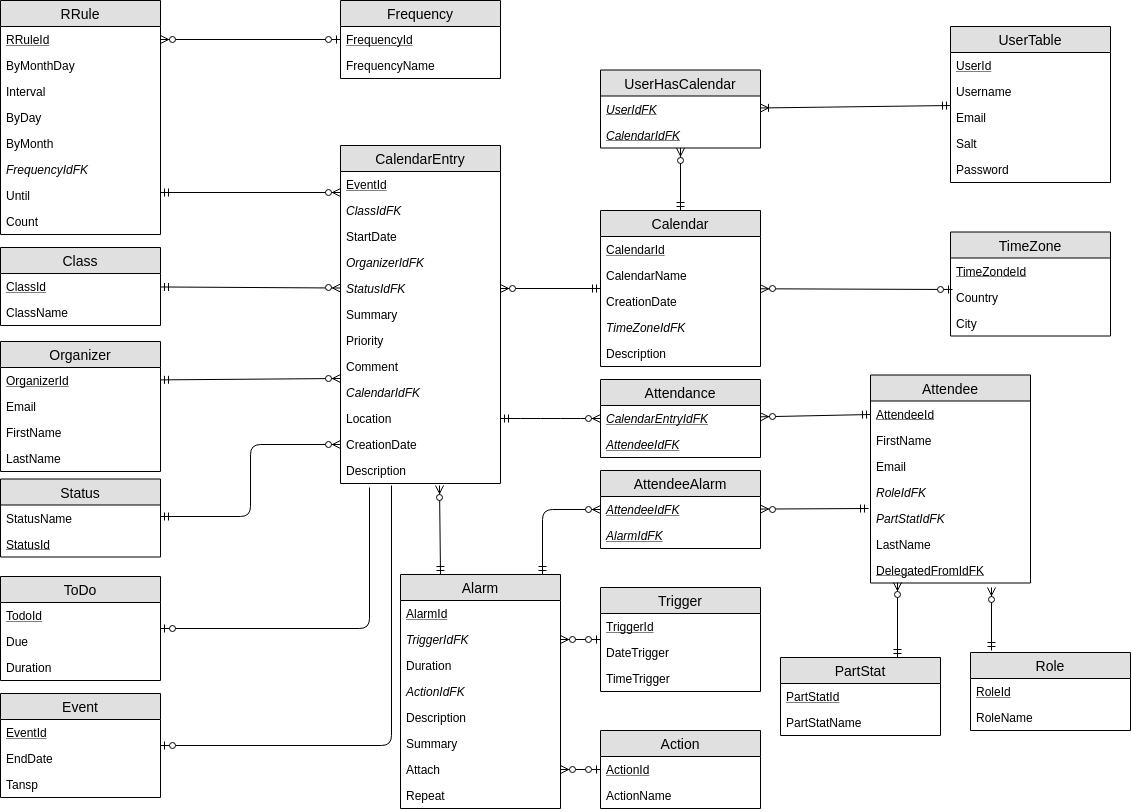
framaa14/iCalSchriftlicheArbeit keeps this draw.io diagram as figures/Datenbank_ER-Diagramm.png. Above is the earlier version. Source tidied: cells renumbered, new cells last; positions are measured from the earlier drawing's top-left corner, leaving out a move shared by most shapes.
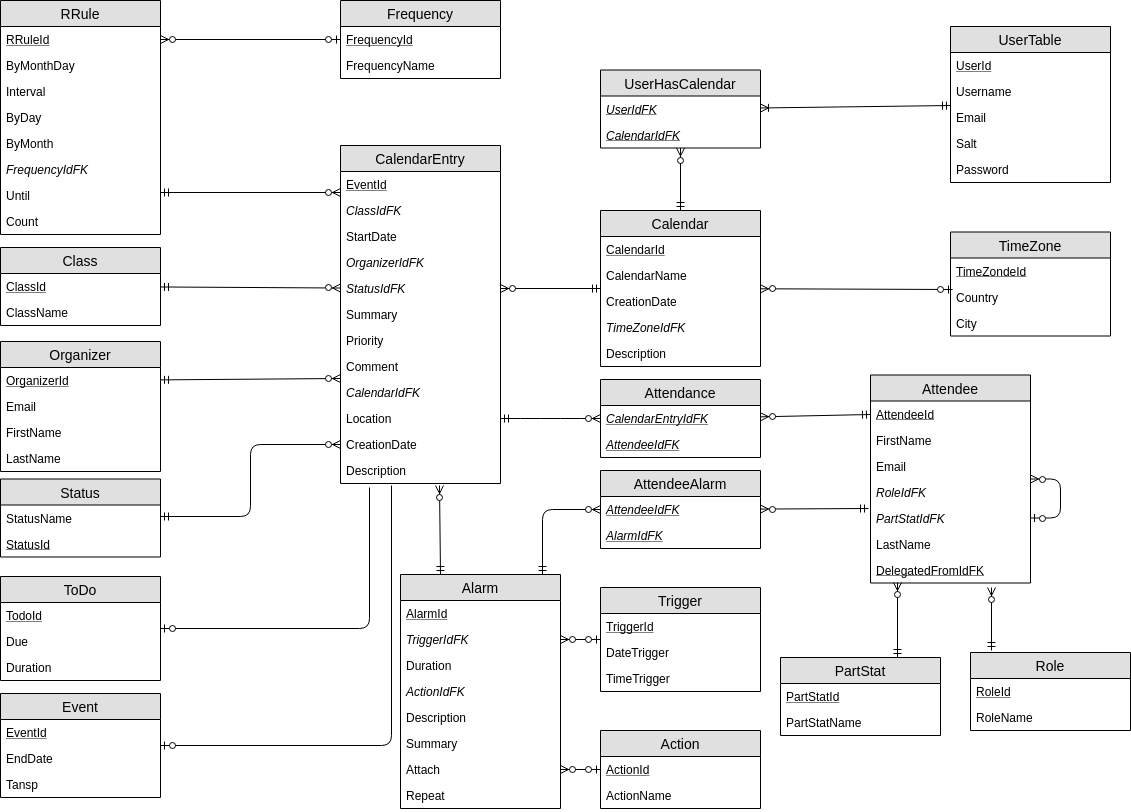
After the change.

The edit, as a diff of the source:
```diff
@@ -236,6 +236,9 @@
     <mxCell id="79" value="DelegatedFromIdFK" style="text;strokeColor=none;fillColor=none;spacingLeft=4;spacingRight=4;overflow=hidden;points=[[0,0.5],[1,0.5]];portConstraint=eastwest;fontSize=12;fontStyle=4;" parent="72" vertex="1">
       <mxGeometry y="182" width="160" height="26" as="geometry" />
     </mxCell>
+    <mxCell id="121" style="edgeStyle=entityRelationEdgeStyle;fontSize=12;html=1;endArrow=ERzeroToMany;startArrow=ERzeroToOne;" parent="72" edge="1" source="77" target="72">
+      <mxGeometry relative="1" as="geometry" />
+    </mxCell>
     <mxCell id="80" value="Role" style="swimlane;fontStyle=0;horizontal=1;startSize=26;fillColor=#e0e0e0;swimlaneFillColor=#ffffff;align=center;fontSize=14;" parent="1" vertex="1">
       <mxGeometry x="970" y="652" width="160" height="78" as="geometry" />
     </mxCell>
```
